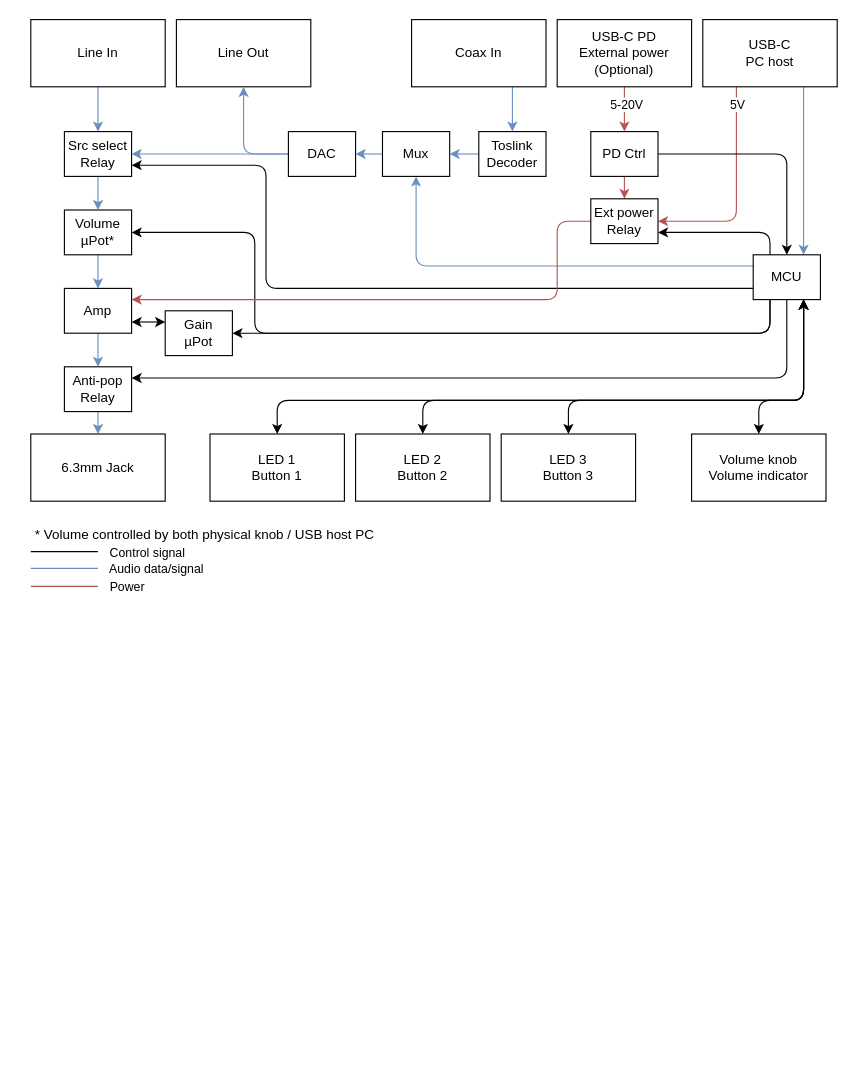
Earlier version of the draw.io diagram arch.drawio (akiroz/Project-H10). Source tidied: cells renumbered, new cells numbered last; positions are measured from the earlier drawing's top-left corner, leaving out a move shared by most shapes. Both pictures are drawn from the tidied source at 112%, with x=0, y=0 at pixel (19, 19).
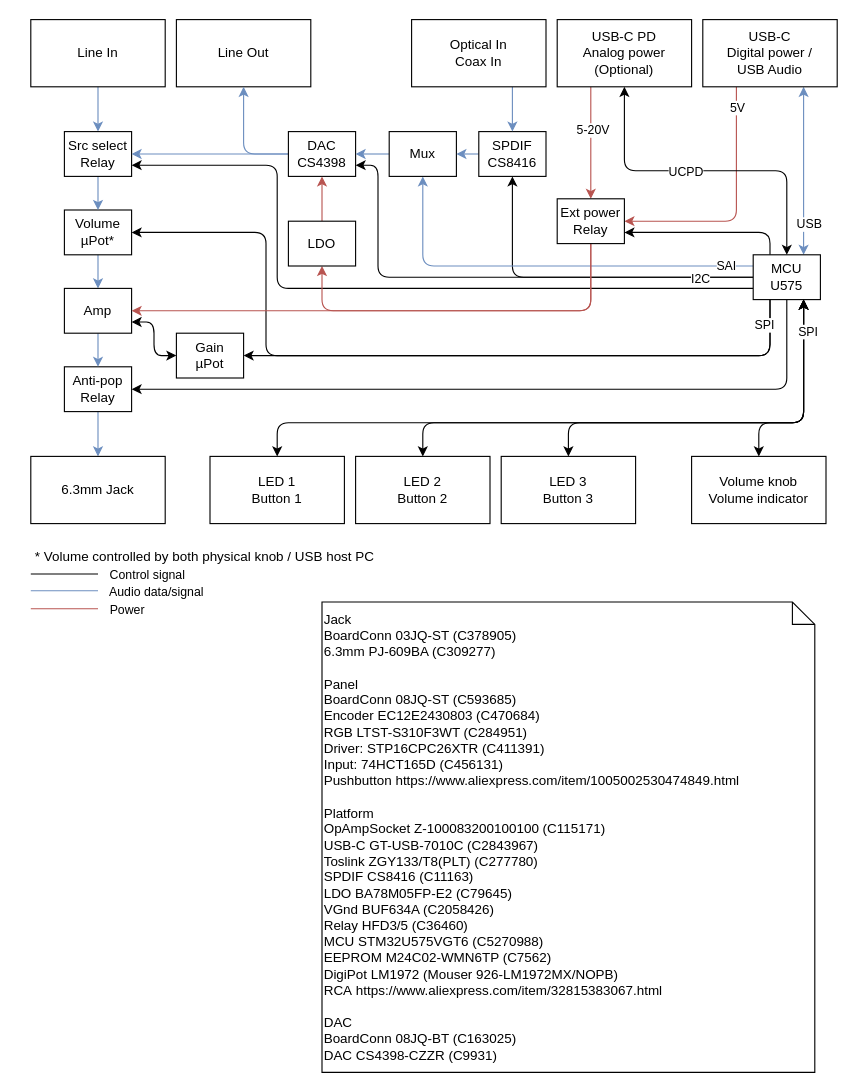
The same page after the edit.

The change refers to these unchanged cells:
```xml
<mxCell id="10" value="Volume&lt;br&gt;µPot*" style="rounded=0;whiteSpace=wrap;html=1;" parent="1" vertex="1">
  <mxGeometry x="40" y="170" width="60" height="40" as="geometry" />
</mxCell>
<mxCell id="12" value="Src select&lt;br&gt;Relay" style="rounded=0;whiteSpace=wrap;html=1;" parent="1" vertex="1">
  <mxGeometry x="40" y="100" width="60" height="40" as="geometry" />
</mxCell>
<mxCell id="14" value="Anti-pop&lt;br&gt;Relay" style="rounded=0;whiteSpace=wrap;html=1;" parent="1" vertex="1">
  <mxGeometry x="40" y="310" width="60" height="40" as="geometry" />
</mxCell>
<mxCell id="20" style="edgeStyle=orthogonalEdgeStyle;jettySize=auto;html=1;exitX=0.25;exitY=1;exitDx=0;exitDy=0;entryX=1;entryY=0.5;entryDx=0;entryDy=0;rounded=1;" parent="1" edge="1" source="21" target="49">
  <mxGeometry relative="1" as="geometry" />
</mxCell>
<mxCell id="41" value="Amp" style="rounded=0;whiteSpace=wrap;html=1;" parent="1" vertex="1">
  <mxGeometry x="40" y="240" width="60" height="40" as="geometry" />
</mxCell>
```

What changed in the source:
```diff
@@
+    <mxCell id="59" style="edgeStyle=orthogonalEdgeStyle;rounded=1;jettySize=auto;html=1;exitX=0;exitY=0.5;exitDx=0;exitDy=0;entryX=0.5;entryY=1;entryDx=0;entryDy=0;" parent="1" edge="1" source="21" target="54">
+      <mxGeometry relative="1" as="geometry" />
+    </mxCell>
@@
-    <mxCell id="5" style="edgeStyle=orthogonalEdgeStyle;rounded=0;jettySize=auto;html=1;exitX=0.75;exitY=1;exitDx=0;exitDy=0;entryX=0.75;entryY=0;entryDx=0;entryDy=0;fillColor=#dae8fc;strokeColor=#6c8ebf;" parent="1" edge="1" source="8" target="21">
+    <mxCell id="5" style="edgeStyle=orthogonalEdgeStyle;rounded=0;jettySize=auto;html=1;exitX=0.75;exitY=1;exitDx=0;exitDy=0;entryX=0.75;entryY=0;entryDx=0;entryDy=0;fillColor=#dae8fc;strokeColor=#6c8ebf;startArrow=classic;startFill=1;" parent="1" edge="1" source="8" target="21">
       <mxGeometry relative="1" as="geometry" />
     </mxCell>
+    <mxCell id="60" value="USB" style="edgeLabel;html=1;align=center;verticalAlign=middle;" parent="5" vertex="1">
+      <mxGeometry x="0.62" y="1" relative="1" as="geometry">
+        <mxPoint x="3" as="offset" />
+      </mxGeometry>
+    </mxCell>
@@
-    <mxCell id="8" value="USB-C&lt;br&gt;PC host" style="rounded=0;whiteSpace=wrap;html=1;" parent="1" vertex="1">
+    <mxCell id="8" value="USB-C&lt;br&gt;Digital power /&lt;br&gt;USB Audio" style="rounded=0;whiteSpace=wrap;html=1;" parent="1" vertex="1">
       <mxGeometry x="610" width="120" height="60" as="geometry" />
     </mxCell>
@@
     <mxCell id="16" style="edgeStyle=orthogonalEdgeStyle;rounded=1;jettySize=auto;html=1;exitX=0;exitY=0.25;exitDx=0;exitDy=0;fillColor=#dae8fc;strokeColor=#6c8ebf;entryX=0.5;entryY=1;entryDx=0;entryDy=0;" parent="1" edge="1" source="21" target="52">
       <mxGeometry relative="1" as="geometry">
         <Array as="points">
-          <mxPoint x="354" y="220" />
+          <mxPoint x="360" y="220" />
         </Array>
       </mxGeometry>
     </mxCell>
+    <mxCell id="61" value="SAI" style="edgeLabel;html=1;align=center;verticalAlign=middle;" parent="16" vertex="1">
+      <mxGeometry x="-0.85" y="-1" relative="1" as="geometry">
+        <mxPoint x="3" as="offset" />
+      </mxGeometry>
+    </mxCell>
     <mxCell id="17" style="edgeStyle=orthogonalEdgeStyle;rounded=1;jettySize=auto;html=1;exitX=0;exitY=0.75;exitDx=0;exitDy=0;entryX=1;entryY=0.75;entryDx=0;entryDy=0;" parent="1" edge="1" source="21" target="12">
       <mxGeometry relative="1" as="geometry">
         <Array as="points">
-          <mxPoint x="220" y="240" />
-          <mxPoint x="220" y="130" />
+          <mxPoint x="230" y="240" />
+          <mxPoint x="230" y="130" />
         </Array>
       </mxGeometry>
     </mxCell>
     <mxCell id="18" style="edgeStyle=orthogonalEdgeStyle;rounded=1;jettySize=auto;html=1;exitX=0.25;exitY=1;exitDx=0;exitDy=0;entryX=1;entryY=0.5;entryDx=0;entryDy=0;" parent="1" edge="1" source="21" target="10">
       <mxGeometry relative="1" as="geometry">
         <Array as="points">
-          <mxPoint x="670" y="280" />
-          <mxPoint x="210" y="280" />
-          <mxPoint x="210" y="190" />
+          <mxPoint x="670" y="300" />
+          <mxPoint x="220" y="300" />
+          <mxPoint x="220" y="190" />
         </Array>
       </mxGeometry>
     </mxCell>
-    <mxCell id="19" style="edgeStyle=orthogonalEdgeStyle;rounded=1;jettySize=auto;html=1;exitX=0.5;exitY=1;exitDx=0;exitDy=0;entryX=1;entryY=0.25;entryDx=0;entryDy=0;" parent="1" edge="1" source="21" target="14">
+    <mxCell id="19" style="edgeStyle=orthogonalEdgeStyle;rounded=1;jettySize=auto;html=1;exitX=0.5;exitY=1;exitDx=0;exitDy=0;entryX=1;entryY=0.5;entryDx=0;entryDy=0;" parent="1" edge="1" source="21" target="14">
       <mxGeometry relative="1" as="geometry" />
     </mxCell>
@@
+    <mxCell id="62" value="SPI" style="edgeLabel;html=1;align=center;verticalAlign=middle;" parent="20" vertex="1">
+      <mxGeometry x="-0.76" relative="1" as="geometry">
+        <mxPoint x="6" y="-28" as="offset" />
+      </mxGeometry>
+    </mxCell>
+    <mxCell id="63" style="edgeStyle=orthogonalEdgeStyle;rounded=1;jettySize=auto;html=1;exitX=0;exitY=0.5;exitDx=0;exitDy=0;entryX=1;entryY=0.75;entryDx=0;entryDy=0;" parent="1" edge="1" source="21" target="24">
+      <mxGeometry relative="1" as="geometry">
+        <Array as="points">
+          <mxPoint x="320" y="230" />
+          <mxPoint x="320" y="130" />
+        </Array>
+      </mxGeometry>
+    </mxCell>
+    <mxCell id="64" value="I2C" style="edgeLabel;html=1;align=center;verticalAlign=middle;" parent="63" vertex="1">
+      <mxGeometry x="-0.79" y="1" relative="1" as="geometry" />
+    </mxCell>
-    <mxCell id="21" value="MCU" style="rounded=0;whiteSpace=wrap;html=1;" parent="1" vertex="1">
+    <mxCell id="21" value="MCU&lt;br&gt;U575" style="rounded=0;whiteSpace=wrap;html=1;" parent="1" vertex="1">
       <mxGeometry x="655" y="210" width="60" height="40" as="geometry" />
     </mxCell>
@@
-    <mxCell id="24" value="DAC" style="rounded=0;whiteSpace=wrap;html=1;" parent="1" vertex="1">
+    <mxCell id="24" value="DAC&lt;br&gt;CS4398" style="rounded=0;whiteSpace=wrap;html=1;" parent="1" vertex="1">
       <mxGeometry x="240" y="100" width="60" height="40" as="geometry" />
     </mxCell>
     <mxCell id="25" value="6.3mm Jack" style="rounded=0;whiteSpace=wrap;html=1;" parent="1" vertex="1">
-      <mxGeometry x="10" y="370" width="120" height="60" as="geometry" />
+      <mxGeometry x="10" y="390" width="120" height="60" as="geometry" />
     </mxCell>
     <mxCell id="26" style="edgeStyle=orthogonalEdgeStyle;rounded=1;jettySize=auto;html=1;exitX=0.5;exitY=0;exitDx=0;exitDy=0;entryX=0.75;entryY=1;entryDx=0;entryDy=0;startArrow=classic;startFill=1;" parent="1" edge="1" source="27" target="21">
       <mxGeometry relative="1" as="geometry">
         <Array as="points">
-          <mxPoint x="660" y="340" />
-          <mxPoint x="700" y="340" />
+          <mxPoint x="660" y="360" />
+          <mxPoint x="700" y="360" />
         </Array>
       </mxGeometry>
     </mxCell>
     <mxCell id="27" value="Volume knob&lt;br&gt;Volume indicator" style="rounded=0;whiteSpace=wrap;html=1;" parent="1" vertex="1">
-      <mxGeometry x="600" y="370" width="120" height="60" as="geometry" />
+      <mxGeometry x="600" y="390" width="120" height="60" as="geometry" />
     </mxCell>
     <mxCell id="28" style="edgeStyle=orthogonalEdgeStyle;rounded=1;jettySize=auto;html=1;exitX=0.5;exitY=0;exitDx=0;exitDy=0;entryX=0.75;entryY=1;entryDx=0;entryDy=0;startArrow=classic;startFill=1;" parent="1" edge="1" source="29" target="21">
       <mxGeometry relative="1" as="geometry">
         <Array as="points">
-          <mxPoint x="230" y="340" />
-          <mxPoint x="700" y="340" />
+          <mxPoint x="230" y="360" />
+          <mxPoint x="700" y="360" />
         </Array>
       </mxGeometry>
     </mxCell>
     <mxCell id="29" value="LED 1&lt;br&gt;Button 1" style="rounded=0;whiteSpace=wrap;html=1;" parent="1" vertex="1">
-      <mxGeometry x="170" y="370" width="120" height="60" as="geometry" />
+      <mxGeometry x="170" y="390" width="120" height="60" as="geometry" />
     </mxCell>
     <mxCell id="30" style="edgeStyle=orthogonalEdgeStyle;rounded=1;jettySize=auto;html=1;exitX=0.5;exitY=0;exitDx=0;exitDy=0;startArrow=classic;startFill=1;" parent="1" edge="1" source="31">
       <mxGeometry relative="1" as="geometry">
         <mxPoint x="700" y="250" as="targetPoint" />
         <Array as="points">
-          <mxPoint x="360" y="340" />
-          <mxPoint x="700" y="340" />
+          <mxPoint x="360" y="360" />
+          <mxPoint x="700" y="360" />
         </Array>
       </mxGeometry>
     </mxCell>
     <mxCell id="31" value="LED 2&lt;br&gt;Button 2" style="rounded=0;whiteSpace=wrap;html=1;" parent="1" vertex="1">
-      <mxGeometry x="300" y="370" width="120" height="60" as="geometry" />
+      <mxGeometry x="300" y="390" width="120" height="60" as="geometry" />
     </mxCell>
     <mxCell id="32" style="edgeStyle=orthogonalEdgeStyle;rounded=1;jettySize=auto;html=1;exitX=0.5;exitY=0;exitDx=0;exitDy=0;entryX=0.75;entryY=1;entryDx=0;entryDy=0;startArrow=classic;startFill=1;" parent="1" edge="1" source="33" target="21">
       <mxGeometry relative="1" as="geometry">
         <Array as="points">
-          <mxPoint x="490" y="340" />
-          <mxPoint x="700" y="340" />
+          <mxPoint x="490" y="360" />
+          <mxPoint x="700" y="360" />
         </Array>
       </mxGeometry>
     </mxCell>
+    <mxCell id="65" value="SPI" style="edgeLabel;html=1;align=center;verticalAlign=middle;" parent="32" vertex="1">
+      <mxGeometry x="0.84" y="-1" relative="1" as="geometry">
+        <mxPoint x="2" as="offset" />
+      </mxGeometry>
+    </mxCell>
     <mxCell id="33" value="LED 3&lt;br&gt;Button 3" style="rounded=0;whiteSpace=wrap;html=1;" parent="1" vertex="1">
-      <mxGeometry x="430" y="370" width="120" height="60" as="geometry" />
+      <mxGeometry x="430" y="390" width="120" height="60" as="geometry" />
     </mxCell>
-    <mxCell id="34" style="edgeStyle=orthogonalEdgeStyle;rounded=0;jettySize=auto;html=1;exitX=0.5;exitY=1;exitDx=0;exitDy=0;entryX=0.5;entryY=0;entryDx=0;entryDy=0;fillColor=#f8cecc;strokeColor=#b85450;" parent="1" edge="1" source="36" target="39">
+    <mxCell id="34" style="edgeStyle=orthogonalEdgeStyle;rounded=0;jettySize=auto;html=1;exitX=0.25;exitY=1;exitDx=0;exitDy=0;entryX=0.5;entryY=0;entryDx=0;entryDy=0;fillColor=#f8cecc;strokeColor=#b85450;" parent="1" edge="1" source="36" target="43">
       <mxGeometry relative="1" as="geometry" />
     </mxCell>
@@
-    <mxCell id="36" value="USB-C PD&lt;br&gt;External power&lt;br&gt;(Optional)" style="rounded=0;whiteSpace=wrap;html=1;" parent="1" vertex="1">
+    <mxCell id="36" value="USB-C PD&lt;br&gt;Analog power&lt;br&gt;(Optional)" style="rounded=0;whiteSpace=wrap;html=1;" parent="1" vertex="1">
       <mxGeometry x="480" width="120" height="60" as="geometry" />
     </mxCell>
-    <mxCell id="37" style="edgeStyle=orthogonalEdgeStyle;rounded=0;jettySize=auto;html=1;exitX=0.5;exitY=1;exitDx=0;exitDy=0;entryX=0.5;entryY=0;entryDx=0;entryDy=0;fillColor=#f8cecc;strokeColor=#b85450;" parent="1" edge="1" source="39" target="43">
-      <mxGeometry relative="1" as="geometry" />
-    </mxCell>
-    <mxCell id="38" style="edgeStyle=orthogonalEdgeStyle;rounded=1;jettySize=auto;html=1;exitX=1;exitY=0.5;exitDx=0;exitDy=0;entryX=0.5;entryY=0;entryDx=0;entryDy=0;" parent="1" edge="1" source="39" target="21">
+    <mxCell id="38" style="edgeStyle=orthogonalEdgeStyle;rounded=1;jettySize=auto;html=1;exitX=0.5;exitY=1;exitDx=0;exitDy=0;entryX=0.5;entryY=0;entryDx=0;entryDy=0;startArrow=classic;startFill=1;" parent="1" edge="1" source="36" target="21">
       <mxGeometry relative="1" as="geometry" />
     </mxCell>
-    <mxCell id="39" value="PD Ctrl" style="rounded=0;whiteSpace=wrap;html=1;" parent="1" vertex="1">
-      <mxGeometry x="510" y="100" width="60" height="40" as="geometry" />
-    </mxCell>
+    <mxCell id="66" value="UCPD" style="edgeLabel;html=1;align=center;verticalAlign=middle;" parent="38" vertex="1">
+      <mxGeometry x="-0.17" y="2" relative="1" as="geometry">
+        <mxPoint x="7" y="2" as="offset" />
+      </mxGeometry>
+    </mxCell>
@@
-    <mxCell id="42" style="edgeStyle=orthogonalEdgeStyle;rounded=1;jettySize=auto;html=1;exitX=0;exitY=0.5;exitDx=0;exitDy=0;entryX=1;entryY=0.25;entryDx=0;entryDy=0;fillColor=#f8cecc;strokeColor=#b85450;" parent="1" edge="1" source="43" target="41">
+    <mxCell id="42" style="edgeStyle=orthogonalEdgeStyle;rounded=1;jettySize=auto;html=1;exitX=0.5;exitY=1;exitDx=0;exitDy=0;entryX=1;entryY=0.5;entryDx=0;entryDy=0;fillColor=#f8cecc;strokeColor=#b85450;" parent="1" edge="1" source="43" target="41">
       <mxGeometry relative="1" as="geometry">
         <Array as="points">
-          <mxPoint x="480" y="180" />
-          <mxPoint x="480" y="250" />
+          <mxPoint x="510" y="260" />
         </Array>
       </mxGeometry>
     </mxCell>
+    <mxCell id="67" style="edgeStyle=orthogonalEdgeStyle;rounded=1;jettySize=auto;html=1;exitX=0.5;exitY=1;exitDx=0;exitDy=0;entryX=0.5;entryY=1;entryDx=0;entryDy=0;fillColor=#f8cecc;strokeColor=#b85450;" parent="1" edge="1" source="43" target="70">
+      <mxGeometry relative="1" as="geometry">
+        <Array as="points">
+          <mxPoint x="510" y="260" />
+          <mxPoint x="270" y="260" />
+        </Array>
+      </mxGeometry>
+    </mxCell>
     <mxCell id="43" value="Ext power&lt;br&gt;Relay" style="rounded=0;whiteSpace=wrap;html=1;" parent="1" vertex="1">
-      <mxGeometry x="510" y="160" width="60" height="40" as="geometry" />
+      <mxGeometry x="480" y="160" width="60" height="40" as="geometry" />
     </mxCell>
     <mxCell id="44" style="endArrow=none;html=1;rounded=0;fillColor=#dae8fc;strokeColor=#6c8ebf;" parent="1" edge="1">
       <mxGeometry relative="1" as="geometry">
-        <mxPoint x="10" y="490" as="sourcePoint" />
-        <mxPoint x="70" y="490" as="targetPoint" />
+        <mxPoint x="10" y="510" as="sourcePoint" />
+        <mxPoint x="70" y="510" as="targetPoint" />
       </mxGeometry>
     </mxCell>
@@
     <mxCell id="46" style="endArrow=none;html=1;rounded=0;fillColor=#f8cecc;strokeColor=#b85450;" parent="1" edge="1">
       <mxGeometry relative="1" as="geometry">
-        <mxPoint x="10" y="506" as="sourcePoint" />
-        <mxPoint x="70" y="506" as="targetPoint" />
+        <mxPoint x="10" y="526" as="sourcePoint" />
+        <mxPoint x="70" y="526" as="targetPoint" />
       </mxGeometry>
     </mxCell>
@@
     <mxCell id="48" value="* Volume controlled by both physical knob / USB host PC" style="text;html=1;align=center;verticalAlign=middle;strokeColor=none;fillColor=none;" parent="1" vertex="1">
-      <mxGeometry y="445" width="330" height="30" as="geometry" />
+      <mxGeometry y="465" width="330" height="30" as="geometry" />
     </mxCell>
+    <mxCell id="68" style="edgeStyle=orthogonalEdgeStyle;rounded=1;jettySize=auto;html=1;exitX=0;exitY=0.5;exitDx=0;exitDy=0;entryX=1;entryY=0.75;entryDx=0;entryDy=0;startArrow=classic;startFill=1;" parent="1" edge="1" source="49" target="41">
+      <mxGeometry relative="1" as="geometry" />
+    </mxCell>
     <mxCell id="49" value="Gain&lt;br&gt;µPot" style="rounded=0;whiteSpace=wrap;html=1;" parent="1" vertex="1">
-      <mxGeometry x="130" y="260" width="60" height="40" as="geometry" />
+      <mxGeometry x="140" y="280" width="60" height="40" as="geometry" />
     </mxCell>
-    <mxCell id="50" style="endArrow=classic;startArrow=classic;html=1;rounded=0;exitX=1;exitY=0.75;exitDx=0;exitDy=0;entryX=0;entryY=0.25;entryDx=0;entryDy=0;" parent="1" edge="1" source="41" target="49">
-      <mxGeometry relative="1" as="geometry" />
-    </mxCell>
@@
     <mxCell id="52" value="Mux" style="rounded=0;whiteSpace=wrap;html=1;" parent="1" vertex="1">
-      <mxGeometry x="324" y="100" width="60" height="40" as="geometry" />
+      <mxGeometry x="330" y="100" width="60" height="40" as="geometry" />
     </mxCell>
@@
-    <mxCell id="54" value="Toslink&lt;br&gt;Decoder" style="rounded=0;whiteSpace=wrap;html=1;" parent="1" vertex="1">
+    <mxCell id="54" value="SPDIF&lt;br&gt;CS8416" style="rounded=0;whiteSpace=wrap;html=1;" parent="1" vertex="1">
       <mxGeometry x="410" y="100" width="60" height="40" as="geometry" />
     </mxCell>
@@
-    <mxCell id="56" value="Coax In" style="rounded=0;whiteSpace=wrap;html=1;" parent="1" vertex="1">
+    <mxCell id="56" value="Optical In&lt;br&gt;Coax In" style="rounded=0;whiteSpace=wrap;html=1;" parent="1" vertex="1">
       <mxGeometry x="350" width="120" height="60" as="geometry" />
     </mxCell>
     <mxCell id="57" style="endArrow=none;html=1;rounded=0;fillColor=#dae8fc;strokeColor=#000000;" parent="1" edge="1">
       <mxGeometry relative="1" as="geometry">
-        <mxPoint x="10" y="475" as="sourcePoint" />
-        <mxPoint x="70" y="475" as="targetPoint" />
+        <mxPoint x="10" y="495" as="sourcePoint" />
+        <mxPoint x="70" y="495" as="targetPoint" />
       </mxGeometry>
     </mxCell>
@@
+    <mxCell id="69" style="edgeStyle=orthogonalEdgeStyle;rounded=0;jettySize=auto;html=1;exitX=0.5;exitY=0;exitDx=0;exitDy=0;entryX=0.5;entryY=1;entryDx=0;entryDy=0;fillColor=#f8cecc;strokeColor=#b85450;" parent="1" edge="1" source="70" target="24">
+      <mxGeometry relative="1" as="geometry" />
+    </mxCell>
+    <mxCell id="70" value="LDO" style="rounded=0;whiteSpace=wrap;html=1;" parent="1" vertex="1">
+      <mxGeometry x="240" y="180" width="60" height="40" as="geometry" />
+    </mxCell>
+    <mxCell id="71" value="Jack&lt;br&gt;BoardConn&amp;nbsp;03JQ-ST (C378905)&lt;br&gt;6.3mm&amp;nbsp;PJ-609BA (C309277)&lt;br&gt;&lt;br&gt;Panel&lt;br&gt;BoardConn&amp;nbsp;08JQ-ST (C593685)&lt;br&gt;Encoder&amp;nbsp;EC12E2430803 (C470684)&lt;br&gt;RGB&amp;nbsp;LTST-S310F3WT (C284951)&lt;br&gt;Driver:&amp;nbsp;STP16CPC26XTR (C411391)&lt;br&gt;Input:&amp;nbsp;74HCT165D (C456131)&lt;br&gt;Pushbutton https://www.aliexpress.com/item/1005002530474849.html&lt;br&gt;&lt;br&gt;Platform&lt;br&gt;OpAmpSocket&amp;nbsp;Z-100083200100100 (C115171)&lt;br&gt;USB-C&amp;nbsp;GT-USB-7010C (C2843967)&lt;br&gt;Toslink ZGY133/T8(PLT) (C277780)&lt;br&gt;SPDIF&amp;nbsp;CS8416 (C11163)&lt;br&gt;LDO&amp;nbsp;BA78M05FP-E2 (C79645)&lt;br&gt;VGnd&amp;nbsp;BUF634A (C2058426)&lt;br&gt;Relay&amp;nbsp;HFD3/5 (C36460)&lt;br&gt;MCU&amp;nbsp;STM32U575VGT6 (C5270988)&lt;br&gt;EEPROM&amp;nbsp;M24C02-WMN6TP (C7562)&lt;br&gt;DigiPot LM1972 (Mouser 926-LM1972MX/NOPB&lt;span style=&quot;background-color: initial;&quot;&gt;)&lt;/span&gt;&lt;br&gt;RCA&amp;nbsp;https://www.aliexpress.com/item/32815383067.html&lt;br&gt;&lt;br&gt;DAC&lt;br&gt;BoardConn&amp;nbsp;08JQ-BT (C163025)&lt;br&gt;DAC&amp;nbsp;CS4398-CZZR (C9931)" style="shape=note;size=20;whiteSpace=wrap;html=1;align=left;" parent="1" vertex="1">
+      <mxGeometry x="270" y="520" width="440" height="420" as="geometry" />
+    </mxCell>
```
